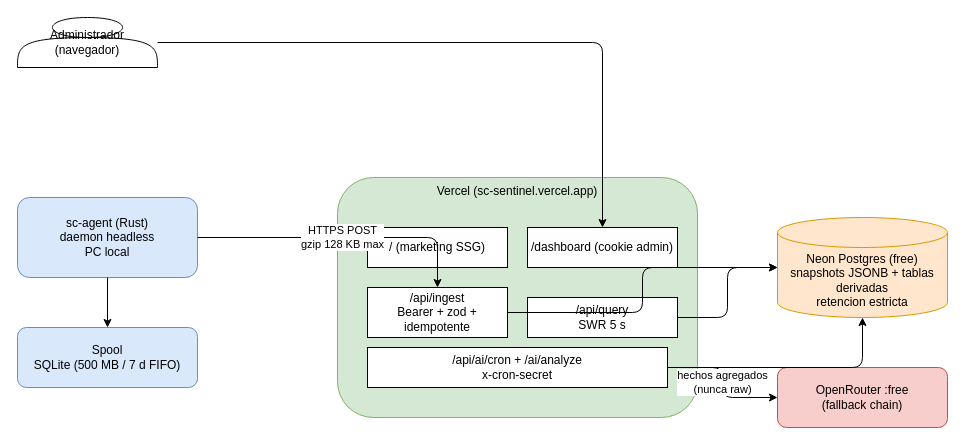
This is docs/diagrams/drawio/deployment-vercel-neon.drawio from Juan-Felipe-Palacios/SC-Sentinel, a draw.io file, before an edit. Source tidied: cells renumbered, new cells numbered last; positions are measured from the earlier drawing's top-left corner, leaving out a move shared by most shapes. Both pictures are drawn from the tidied source at 100%, with x=0, y=0 at pixel (17, 17).
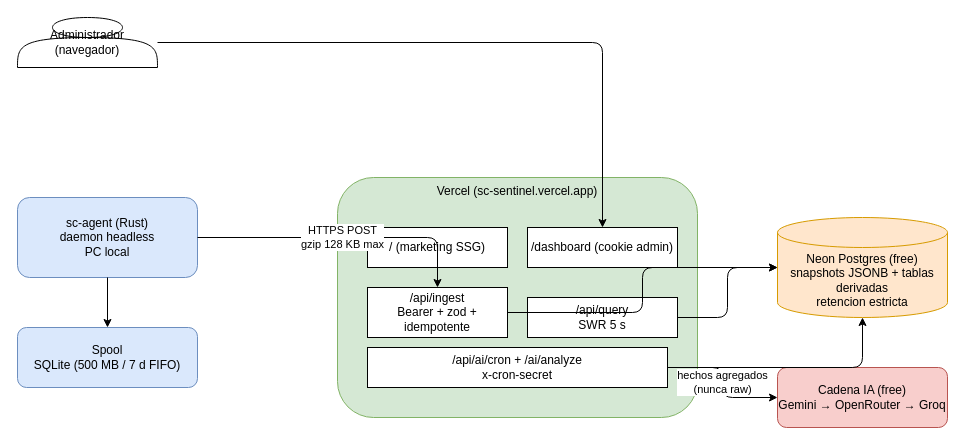
The same diagram, later.

Diff of the diagram source:
```diff
@@
 <mxGraphModel>
   <root>
     <mxCell id="0" />
     <mxCell id="1" parent="0" />
     <mxCell id="2" value="sc-agent (Rust)&#10;daemon headless&#10;PC local" style="rounded=1;whiteSpace=wrap;html=1;fillColor=#dae8fc;strokeColor=#6c8ebf;" parent="1" vertex="1">
       <mxGeometry y="180" width="180" height="80" as="geometry" />
     </mxCell>
     <mxCell id="3" value="Spool&#10;SQLite (500 MB / 7 d FIFO)" style="rounded=1;whiteSpace=wrap;html=1;fillColor=#dae8fc;strokeColor=#6c8ebf;" parent="1" vertex="1">
       <mxGeometry y="310" width="180" height="60" as="geometry" />
     </mxCell>
     <mxCell id="4" value="Vercel (sc-sentinel.vercel.app)" style="rounded=1;whiteSpace=wrap;html=1;fillColor=#d5e8d4;strokeColor=#82b366;verticalAlign=top;" parent="1" vertex="1">
       <mxGeometry x="320" y="160" width="360" height="240" as="geometry" />
     </mxCell>
     <mxCell id="5" value="/ (marketing SSG)" style="rounded=0;whiteSpace=wrap;html=1;" parent="1" vertex="1">
       <mxGeometry x="350" y="210" width="140" height="40" as="geometry" />
     </mxCell>
     <mxCell id="6" value="/dashboard (cookie admin)" style="rounded=0;whiteSpace=wrap;html=1;" parent="1" vertex="1">
       <mxGeometry x="510" y="210" width="150" height="40" as="geometry" />
     </mxCell>
     <mxCell id="7" value="/api/ingest&#10;Bearer + zod + idempotente" style="rounded=0;whiteSpace=wrap;html=1;" parent="1" vertex="1">
       <mxGeometry x="350" y="270" width="140" height="50" as="geometry" />
     </mxCell>
     <mxCell id="8" value="/api/query&#10;SWR 5 s" style="rounded=0;whiteSpace=wrap;html=1;" parent="1" vertex="1">
       <mxGeometry x="510" y="280" width="150" height="40" as="geometry" />
     </mxCell>
     <mxCell id="9" value="/api/ai/cron + /ai/analyze&#10;x-cron-secret" style="rounded=0;whiteSpace=wrap;html=1;" parent="1" vertex="1">
       <mxGeometry x="350" y="330" width="300" height="40" as="geometry" />
     </mxCell>
     <mxCell id="10" value="Neon Postgres (free)&#10;snapshots JSONB + tablas derivadas&#10;retencion estricta" style="shape=cylinder3;whiteSpace=wrap;html=1;boundedLbl=1;backgroundOutline=1;size=15;fillColor=#ffe6cc;strokeColor=#d79b00;" parent="1" vertex="1">
       <mxGeometry x="760" y="200" width="170" height="100" as="geometry" />
     </mxCell>
-    <mxCell id="11" value="OpenRouter :free&#10;(fallback chain)" style="rounded=1;whiteSpace=wrap;html=1;fillColor=#f8cecc;strokeColor=#b85450;" parent="1" vertex="1">
+    <mxCell id="11" value="Cadena IA (free)&#10;Gemini → OpenRouter → Groq" style="rounded=1;whiteSpace=wrap;html=1;fillColor=#f8cecc;strokeColor=#b85450;" parent="1" vertex="1">
       <mxGeometry x="760" y="350" width="170" height="60" as="geometry" />
     </mxCell>
     <mxCell id="12" value="Administrador&#10;(navegador)" style="shape=actor;whiteSpace=wrap;html=1;" parent="1" vertex="1">
       <mxGeometry width="140" height="50" as="geometry" />
     </mxCell>
     <mxCell id="13" style="edgeStyle=orthogonalEdgeStyle;rounded=1;html=1;" parent="1" edge="1" source="12" target="6">
       <mxGeometry relative="1" as="geometry" />
     </mxCell>
     <mxCell id="14" style="edgeStyle=orthogonalEdgeStyle;rounded=1;html=1;" parent="1" edge="1" source="2" target="3">
       <mxGeometry relative="1" as="geometry" />
     </mxCell>
     <mxCell id="15" value="HTTPS POST&#10;gzip 128 KB max" style="edgeStyle=orthogonalEdgeStyle;rounded=1;html=1;" parent="1" edge="1" source="2" target="7">
       <mxGeometry relative="1" as="geometry" />
     </mxCell>
     <mxCell id="16" style="edgeStyle=orthogonalEdgeStyle;rounded=1;html=1;" parent="1" edge="1" source="7" target="10">
       <mxGeometry relative="1" as="geometry" />
     </mxCell>
     <mxCell id="17" style="edgeStyle=orthogonalEdgeStyle;rounded=1;html=1;" parent="1" edge="1" source="8" target="10">
       <mxGeometry relative="1" as="geometry" />
     </mxCell>
     <mxCell id="18" style="edgeStyle=orthogonalEdgeStyle;rounded=1;html=1;" parent="1" edge="1" source="9" target="10">
       <mxGeometry relative="1" as="geometry" />
     </mxCell>
     <mxCell id="19" value="hechos agregados&#10;(nunca raw)" style="edgeStyle=orthogonalEdgeStyle;rounded=1;html=1;" parent="1" edge="1" source="9" target="11">
       <mxGeometry relative="1" as="geometry" />
     </mxCell>
   </root>
 </mxGraphModel>
```
